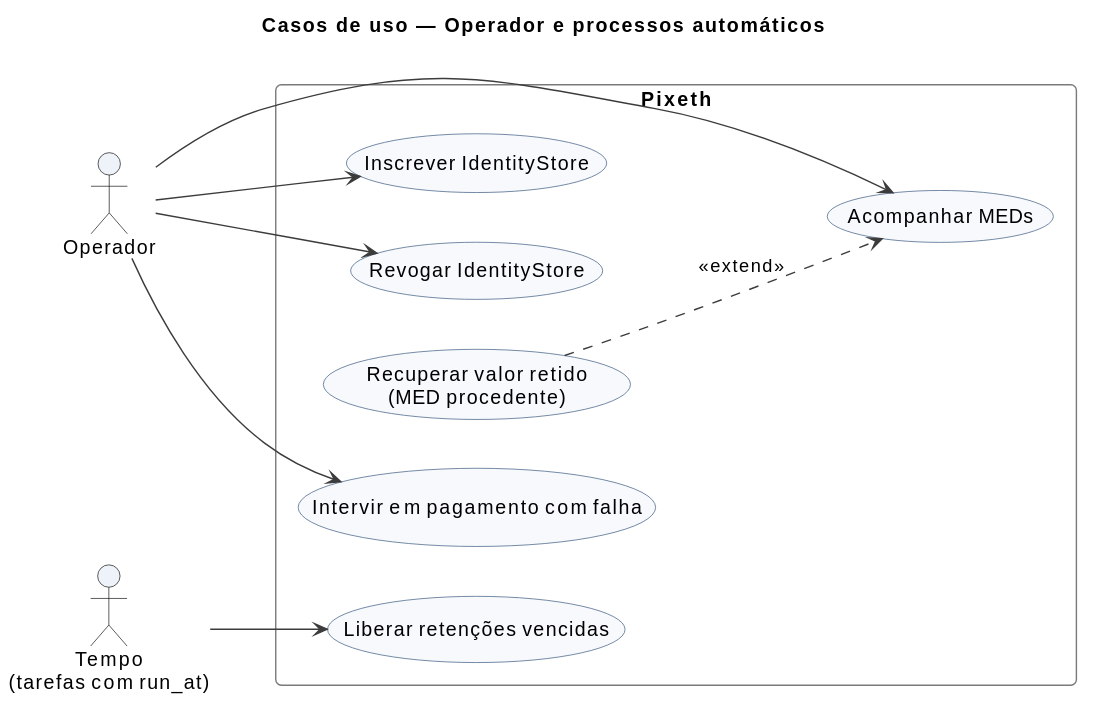
Earlier version of the PlantUML export docs/diagrams/svg/casos-de-uso/uc-operador.svg (BrunoViotto18/Pixeth).
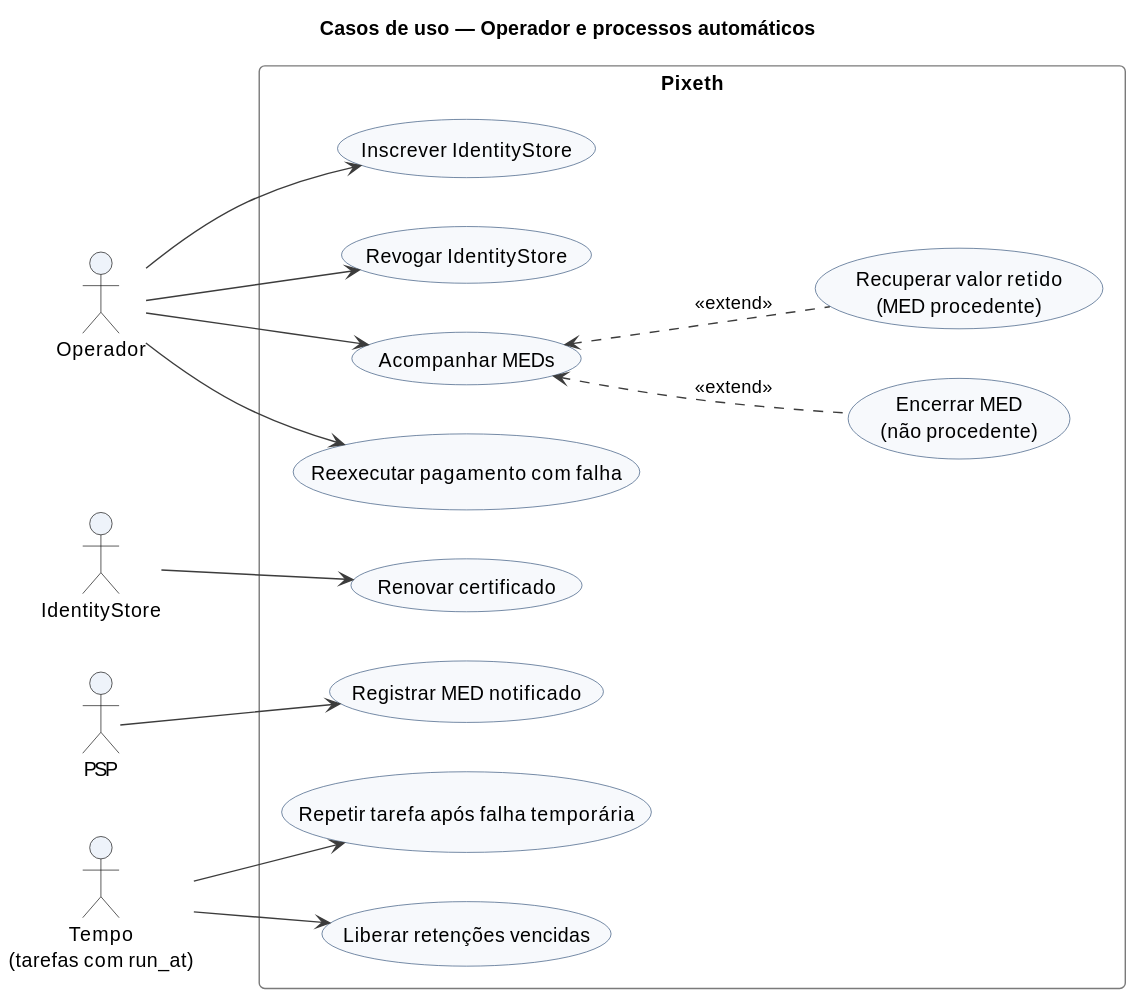
Later version of the same file.

The edit, as a diff of the source:
```diff
@@ -6,21 +6,31 @@
 left to right direction
 
 actor "Operador" as O
+actor "IdentityStore" as IDS
+actor "PSP" as PSP
 actor "Tempo\n(tarefas com run_at)" as T
 
 rectangle "Pixeth" {
   usecase "Inscrever IdentityStore" as UC_Inscrever
   usecase "Revogar IdentityStore" as UC_Revogar
+  usecase "Renovar certificado" as UC_Renovar
   usecase "Acompanhar MEDs" as UC_Med
+  usecase "Encerrar MED\n(não procedente)" as UC_Encerrar
   usecase "Recuperar valor retido\n(MED procedente)" as UC_Recuperar
-  usecase "Intervir em pagamento com falha" as UC_Intervir
+  usecase "Registrar MED notificado" as UC_RegistrarMed
+  usecase "Reexecutar pagamento com falha" as UC_Reexecutar
+  usecase "Repetir tarefa após falha temporária" as UC_Repetir
   usecase "Liberar retenções vencidas" as UC_Liberar
 }
 
 O --> UC_Inscrever
 O --> UC_Revogar
 O --> UC_Med
-O --> UC_Intervir
+O --> UC_Reexecutar
+IDS --> UC_Renovar
+PSP --> UC_RegistrarMed
+T --> UC_Repetir
 T --> UC_Liberar
-UC_Recuperar ..> UC_Med : <<extend>>
+UC_Med <.. UC_Recuperar : <<extend>>
+UC_Med <.. UC_Encerrar : <<extend>>
 @enduml
```
